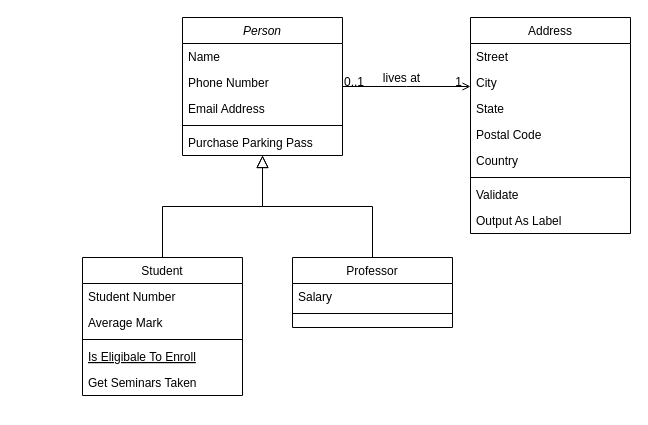
Before: Untitled Diagram.drawio in sebbekahkonen/LibraryTask, a draw.io diagram. Source tidied: cells renumbered, new cells numbered last; positions are measured from the earlier drawing's top-left corner, leaving out a move shared by most shapes. Both pictures are drawn from the tidied source at 100%, with x=0, y=0 at pixel (82, 17).
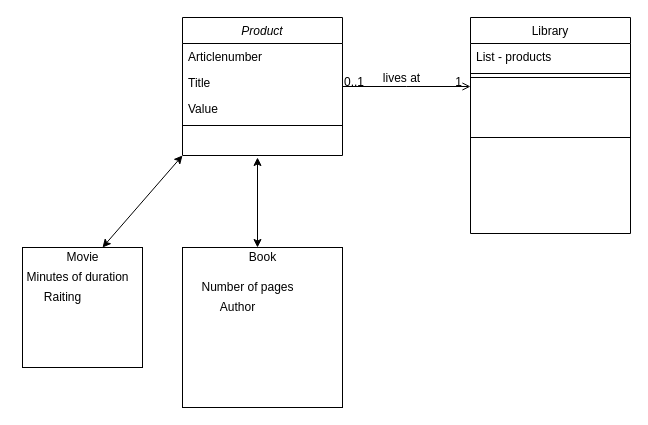
Above is the later version.

The edit, as a diff of the source:
```diff
@@
-    <mxCell id="2" value="Person" style="swimlane;fontStyle=2;align=center;verticalAlign=top;horizontal=1;startSize=26;rounded=0;shadow=0;strokeWidth=1;" parent="1" vertex="1">
+    <mxCell id="2" value="Product" style="swimlane;fontStyle=2;align=center;verticalAlign=top;horizontal=1;startSize=26;rounded=0;shadow=0;strokeWidth=1;" parent="1" vertex="1">
       <mxGeometry x="100" width="160" height="138" as="geometry" />
     </mxCell>
-    <mxCell id="3" value="Name" style="text;align=left;verticalAlign=top;spacingLeft=4;spacingRight=4;overflow=hidden;" parent="2" vertex="1">
+    <mxCell id="3" value="Articlenumber" style="text;align=left;verticalAlign=top;spacingLeft=4;spacingRight=4;overflow=hidden;" parent="2" vertex="1">
       <mxGeometry y="26" width="160" height="26" as="geometry" />
     </mxCell>
-    <mxCell id="4" value="Phone Number" style="text;align=left;verticalAlign=top;spacingLeft=4;spacingRight=4;overflow=hidden;rounded=0;shadow=0;html=0;" parent="2" vertex="1">
+    <mxCell id="4" value="Title" style="text;align=left;verticalAlign=top;spacingLeft=4;spacingRight=4;overflow=hidden;rounded=0;shadow=0;html=0;" parent="2" vertex="1">
       <mxGeometry y="52" width="160" height="26" as="geometry" />
     </mxCell>
-    <mxCell id="5" value="Email Address" style="text;align=left;verticalAlign=top;spacingLeft=4;spacingRight=4;overflow=hidden;rounded=0;shadow=0;html=0;" parent="2" vertex="1">
+    <mxCell id="5" value="Value" style="text;align=left;verticalAlign=top;spacingLeft=4;spacingRight=4;overflow=hidden;rounded=0;shadow=0;html=0;" parent="2" vertex="1">
       <mxGeometry y="78" width="160" height="26" as="geometry" />
     </mxCell>
@@
-    <mxCell id="7" value="Purchase Parking Pass" style="text;align=left;verticalAlign=top;spacingLeft=4;spacingRight=4;overflow=hidden;" parent="2" vertex="1">
-      <mxGeometry y="112" width="160" height="26" as="geometry" />
-    </mxCell>
-    <mxCell id="8" value="Student" style="swimlane;fontStyle=0;align=center;verticalAlign=top;horizontal=1;startSize=26;rounded=0;shadow=0;strokeWidth=1;" parent="1" vertex="1">
-      <mxGeometry y="240" width="160" height="138" as="geometry" />
-    </mxCell>
-    <mxCell id="9" value="Student Number" style="text;align=left;verticalAlign=top;spacingLeft=4;spacingRight=4;overflow=hidden;" parent="8" vertex="1">
-      <mxGeometry y="26" width="160" height="26" as="geometry" />
-    </mxCell>
-    <mxCell id="10" value="Average Mark" style="text;align=left;verticalAlign=top;spacingLeft=4;spacingRight=4;overflow=hidden;rounded=0;shadow=0;html=0;" parent="8" vertex="1">
-      <mxGeometry y="52" width="160" height="26" as="geometry" />
-    </mxCell>
-    <mxCell id="11" style="line;html=1;strokeWidth=1;align=left;verticalAlign=middle;spacingTop=-1;spacingLeft=3;spacingRight=3;labelPosition=right;" parent="8" vertex="1">
-      <mxGeometry y="78" width="160" height="8" as="geometry" />
-    </mxCell>
-    <mxCell id="12" value="Is Eligibale To Enroll" style="text;align=left;verticalAlign=top;spacingLeft=4;spacingRight=4;overflow=hidden;fontStyle=4;" parent="8" vertex="1">
-      <mxGeometry y="86" width="160" height="26" as="geometry" />
-    </mxCell>
-    <mxCell id="13" value="Get Seminars Taken" style="text;align=left;verticalAlign=top;spacingLeft=4;spacingRight=4;overflow=hidden;" parent="8" vertex="1">
-      <mxGeometry y="112" width="160" height="26" as="geometry" />
-    </mxCell>
-    <mxCell id="14" style="endArrow=block;endSize=10;endFill=0;shadow=0;strokeWidth=1;rounded=0;edgeStyle=elbowEdgeStyle;elbow=vertical;" parent="1" edge="1" source="8" target="2">
-      <mxGeometry relative="1" as="geometry" />
-    </mxCell>
-    <mxCell id="15" value="Professor" style="swimlane;fontStyle=0;align=center;verticalAlign=top;horizontal=1;startSize=26;rounded=0;shadow=0;strokeWidth=1;" parent="1" vertex="1">
-      <mxGeometry x="210" y="240" width="160" height="70" as="geometry" />
-    </mxCell>
-    <mxCell id="16" value="Salary" style="text;align=left;verticalAlign=top;spacingLeft=4;spacingRight=4;overflow=hidden;" parent="15" vertex="1">
-      <mxGeometry y="26" width="160" height="26" as="geometry" />
-    </mxCell>
-    <mxCell id="17" style="line;html=1;strokeWidth=1;align=left;verticalAlign=middle;spacingTop=-1;spacingLeft=3;spacingRight=3;labelPosition=right;" parent="15" vertex="1">
-      <mxGeometry y="52" width="160" height="8" as="geometry" />
-    </mxCell>
-    <mxCell id="18" style="endArrow=block;endSize=10;endFill=0;shadow=0;strokeWidth=1;rounded=0;edgeStyle=elbowEdgeStyle;elbow=vertical;" parent="1" edge="1" source="15" target="2">
-      <mxGeometry relative="1" as="geometry" />
-    </mxCell>
-    <mxCell id="19" value="Address" style="swimlane;fontStyle=0;align=center;verticalAlign=top;horizontal=1;startSize=26;rounded=0;shadow=0;strokeWidth=1;" parent="1" vertex="1">
+    <mxCell id="19" value="Library" style="swimlane;fontStyle=0;align=center;verticalAlign=top;horizontal=1;startSize=26;rounded=0;shadow=0;strokeWidth=1;" parent="1" vertex="1">
       <mxGeometry x="388" width="160" height="216" as="geometry" />
     </mxCell>
-    <mxCell id="20" value="Street" style="text;align=left;verticalAlign=top;spacingLeft=4;spacingRight=4;overflow=hidden;" parent="19" vertex="1">
+    <mxCell id="20" value="List - products" style="text;align=left;verticalAlign=top;spacingLeft=4;spacingRight=4;overflow=hidden;" parent="19" vertex="1">
       <mxGeometry y="26" width="160" height="26" as="geometry" />
     </mxCell>
-    <mxCell id="21" value="City" style="text;align=left;verticalAlign=top;spacingLeft=4;spacingRight=4;overflow=hidden;rounded=0;shadow=0;html=0;" parent="19" vertex="1">
-      <mxGeometry y="52" width="160" height="26" as="geometry" />
-    </mxCell>
-    <mxCell id="22" value="State" style="text;align=left;verticalAlign=top;spacingLeft=4;spacingRight=4;overflow=hidden;rounded=0;shadow=0;html=0;" parent="19" vertex="1">
-      <mxGeometry y="78" width="160" height="26" as="geometry" />
-    </mxCell>
-    <mxCell id="23" value="Postal Code" style="text;align=left;verticalAlign=top;spacingLeft=4;spacingRight=4;overflow=hidden;rounded=0;shadow=0;html=0;" parent="19" vertex="1">
-      <mxGeometry y="104" width="160" height="26" as="geometry" />
-    </mxCell>
-    <mxCell id="24" value="Country" style="text;align=left;verticalAlign=top;spacingLeft=4;spacingRight=4;overflow=hidden;rounded=0;shadow=0;html=0;" parent="19" vertex="1">
-      <mxGeometry y="130" width="160" height="26" as="geometry" />
-    </mxCell>
     <mxCell id="25" style="line;html=1;strokeWidth=1;align=left;verticalAlign=middle;spacingTop=-1;spacingLeft=3;spacingRight=3;labelPosition=right;" parent="19" vertex="1">
-      <mxGeometry y="156" width="160" height="8" as="geometry" />
+      <mxGeometry y="52" width="160" height="8" as="geometry" />
     </mxCell>
-    <mxCell id="26" value="Validate" style="text;align=left;verticalAlign=top;spacingLeft=4;spacingRight=4;overflow=hidden;" parent="19" vertex="1">
-      <mxGeometry y="164" width="160" height="26" as="geometry" />
-    </mxCell>
-    <mxCell id="27" value="Output As Label" style="text;align=left;verticalAlign=top;spacingLeft=4;spacingRight=4;overflow=hidden;" parent="19" vertex="1">
-      <mxGeometry y="190" width="160" height="26" as="geometry" />
-    </mxCell>
+    <mxCell id="32" style="whiteSpace=wrap;html=1;" parent="19" vertex="1">
+      <mxGeometry y="60" width="160" height="60" as="geometry" />
+    </mxCell>
@@
+    <mxCell id="33" style="endArrow=classic;startArrow=classic;html=1;entryX=0.469;entryY=1.077;entryDx=0;entryDy=0;entryPerimeter=0;" parent="1" edge="1">
+      <mxGeometry relative="1" as="geometry">
+        <mxPoint x="175" y="230" as="sourcePoint" />
+        <mxPoint x="175" y="140" as="targetPoint" />
+      </mxGeometry>
+    </mxCell>
+    <mxCell id="34" style="whiteSpace=wrap;html=1;" parent="1" vertex="1">
+      <mxGeometry x="100" y="230" width="160" height="160" as="geometry" />
+    </mxCell>
+    <mxCell id="35" value="Book" style="text;html=1;align=center;verticalAlign=middle;fillColor=none;strokeColor=none;rounded=0;" parent="1" vertex="1">
+      <mxGeometry x="160" y="230" width="40" height="20" as="geometry" />
+    </mxCell>
+    <mxCell id="36" value="Number of pages" style="text;html=1;align=center;verticalAlign=middle;fillColor=none;strokeColor=none;rounded=0;" parent="1" vertex="1">
+      <mxGeometry x="110" y="260" width="110" height="20" as="geometry" />
+    </mxCell>
+    <mxCell id="37" value="Author" style="text;html=1;align=center;verticalAlign=middle;fillColor=none;strokeColor=none;rounded=0;" parent="1" vertex="1">
+      <mxGeometry x="130" y="280" width="50" height="20" as="geometry" />
+    </mxCell>
+    <mxCell id="38" style="whiteSpace=wrap;html=1;" parent="1" vertex="1">
+      <mxGeometry x="-60" y="230" width="120" height="120" as="geometry" />
+    </mxCell>
+    <mxCell id="39" style="endArrow=classic;startArrow=classic;html=1;entryX=0;entryY=1;entryDx=0;entryDy=0;" parent="1" edge="1" target="2">
+      <mxGeometry relative="1" as="geometry">
+        <mxPoint x="20" y="230" as="sourcePoint" />
+      </mxGeometry>
+    </mxCell>
+    <mxCell id="40" value="Movie" style="text;html=1;align=center;verticalAlign=middle;fillColor=none;strokeColor=none;rounded=0;" parent="1" vertex="1">
+      <mxGeometry x="-25" y="230" width="50" height="20" as="geometry" />
+    </mxCell>
+    <mxCell id="41" value="Minutes of duration" style="text;html=1;align=center;verticalAlign=middle;fillColor=none;strokeColor=none;rounded=0;" parent="1" vertex="1">
+      <mxGeometry x="-65" y="250" width="120" height="20" as="geometry" />
+    </mxCell>
+    <mxCell id="42" value="Raiting" style="text;html=1;align=center;verticalAlign=middle;fillColor=none;strokeColor=none;rounded=0;" parent="1" vertex="1">
+      <mxGeometry x="-45" y="270" width="50" height="20" as="geometry" />
+    </mxCell>
```
